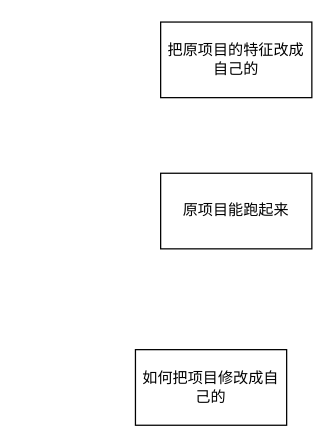
Before: dormsys/note/editPro.drawio in Canwaiting/note, a draw.io diagram. Source tidied: cells renumbered, new cells numbered last; positions are measured from the earlier drawing's top-left corner, leaving out a move shared by most shapes. Both pictures are drawn from the tidied source at 126%, with x=0, y=0 at pixel (135, 21).
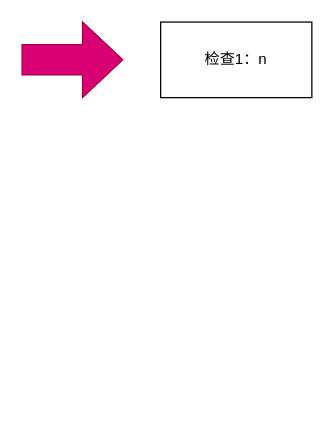
The same page after the edit.

Change to the diagram source:
```diff
@@
 <mxGraphModel background="#FFFFFF">
   <root>
     <mxCell id="0" />
     <mxCell id="1" parent="0" />
-    <mxCell id="2" value="如何把项目修改成自己的" style="whiteSpace=wrap;html=1;" parent="1" vertex="1">
-      <mxGeometry y="260" width="120" height="60" as="geometry" />
-    </mxCell>
-    <mxCell id="3" value="原项目能跑起来" style="whiteSpace=wrap;html=1;" parent="1" vertex="1">
-      <mxGeometry x="20" y="120" width="120" height="60" as="geometry" />
-    </mxCell>
-    <mxCell id="4" value="把原项目的特征改成自己的" style="whiteSpace=wrap;html=1;" parent="1" vertex="1">
+    <mxCell id="4" value="检查1：n" style="whiteSpace=wrap;html=1;" parent="1" vertex="1">
       <mxGeometry x="20" width="120" height="60" as="geometry" />
     </mxCell>
+    <mxCell id="5" style="shape=singleArrow;whiteSpace=wrap;html=1;arrowWidth=0.4;arrowSize=0.4;fillColor=#d80073;strokeColor=#A50040;fontColor=#ffffff;" parent="1" vertex="1">
+      <mxGeometry x="-90" width="80" height="60" as="geometry" />
+    </mxCell>
   </root>
 </mxGraphModel>
```
